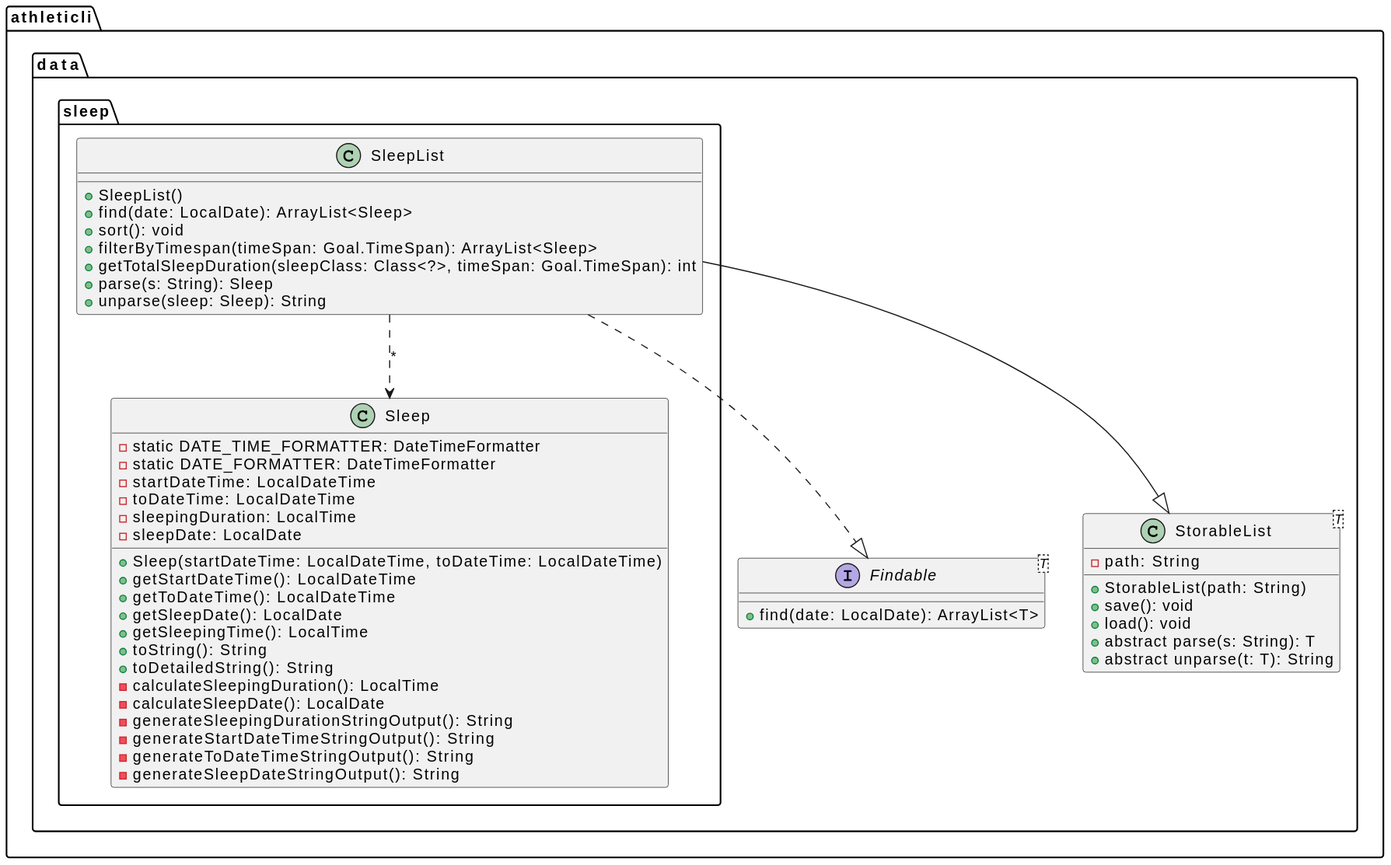
Above: docs/images/SleepAndSleepListClassDiagram.svg in AY2324S1-CS2113-T17-1/tp (PlantUML), before the change.
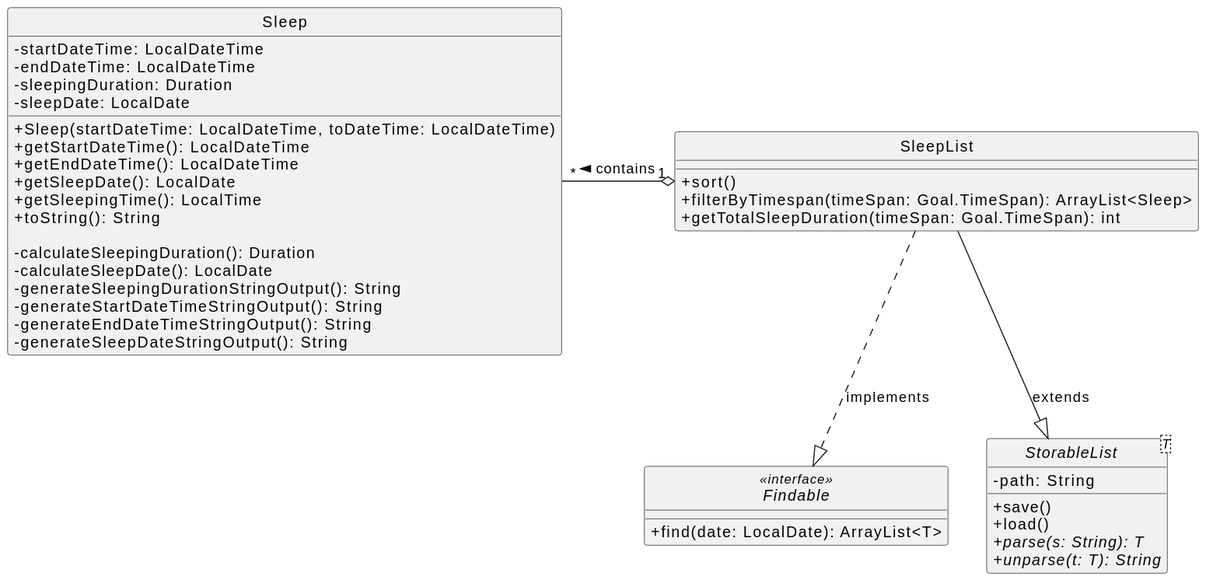
Later version of the same file.

Change to the diagram source:
```diff
@@ -1,58 +1,49 @@
 @startuml
-package athleticli.data {
+skinparam classAttributeIconSize 0
+hide circle
 
-    interface Findable<T> {
-        + find(date: LocalDate): ArrayList<T>
-    }
 
-    class StorableList<T> {
-        - path: String
-
-        + StorableList(path: String)
-        + save(): void
-        + load(): void
-        + abstract parse(s: String): T
-        + abstract unparse(t: T): String
-    }
+interface Findable<<interface>> {
+    + find(date: LocalDate): ArrayList<T>
 }
 
-package athleticli.data.sleep {
+abstract class StorableList<T> {
+    - path: String
+    + save()
+    + load()
+    + {abstract} parse(s: String): T
+    + {abstract} unparse(t: T): String
+}
 
-    class Sleep {
-        - static DATE_TIME_FORMATTER: DateTimeFormatter
-        - static DATE_FORMATTER: DateTimeFormatter
-        - startDateTime: LocalDateTime
-        - toDateTime: LocalDateTime
-        - sleepingDuration: LocalTime
-        - sleepDate: LocalDate
 
-        + Sleep(startDateTime: LocalDateTime, toDateTime: LocalDateTime)
-        + getStartDateTime(): LocalDateTime
-        + getToDateTime(): LocalDateTime
-        + getSleepDate(): LocalDate
-        + getSleepingTime(): LocalTime
-        + toString(): String
-        + toDetailedString(): String
-        - calculateSleepingDuration(): LocalTime
-        - calculateSleepDate(): LocalDate
-        - generateSleepingDurationStringOutput(): String
-        - generateStartDateTimeStringOutput(): String
-        - generateToDateTimeStringOutput(): String
-        - generateSleepDateStringOutput(): String
-    }
+class Sleep {
+    - startDateTime: LocalDateTime
+    - endDateTime: LocalDateTime
+    - sleepingDuration: Duration
+    - sleepDate: LocalDate
 
-    class SleepList {
-        + SleepList()
-        + find(date: LocalDate): ArrayList<Sleep>
-        + sort(): void
-        + filterByTimespan(timeSpan: Goal.TimeSpan): ArrayList<Sleep>
-        + getTotalSleepDuration(sleepClass: Class<?>, timeSpan: Goal.TimeSpan): int
-        + parse(s: String): Sleep
-        + unparse(sleep: Sleep): String
-    }
+    + Sleep(startDateTime: LocalDateTime, toDateTime: LocalDateTime)
+    + getStartDateTime(): LocalDateTime
+    + getEndDateTime(): LocalDateTime
+    + getSleepDate(): LocalDate
+    + getSleepingTime(): LocalTime
+    + toString(): String
 
-    SleepList --|> StorableList
-    SleepList ..> Sleep: "*"
-    SleepList ..|> Findable
+    - calculateSleepingDuration(): Duration
+    - calculateSleepDate(): LocalDate
+    - generateSleepingDurationStringOutput(): String
+    - generateStartDateTimeStringOutput(): String
+    - generateEndDateTimeStringOutput(): String
+    - generateSleepDateStringOutput(): String
 }
+
+class SleepList {
+    + sort()
+    + filterByTimespan(timeSpan: Goal.TimeSpan): ArrayList<Sleep>
+    + getTotalSleepDuration(timeSpan: Goal.TimeSpan): int
+}
+
+SleepList --|> StorableList: extends
+SleepList "1" o-l- "*" Sleep :contains >
+SleepList ..|>  Findable : implements
 @enduml
```
